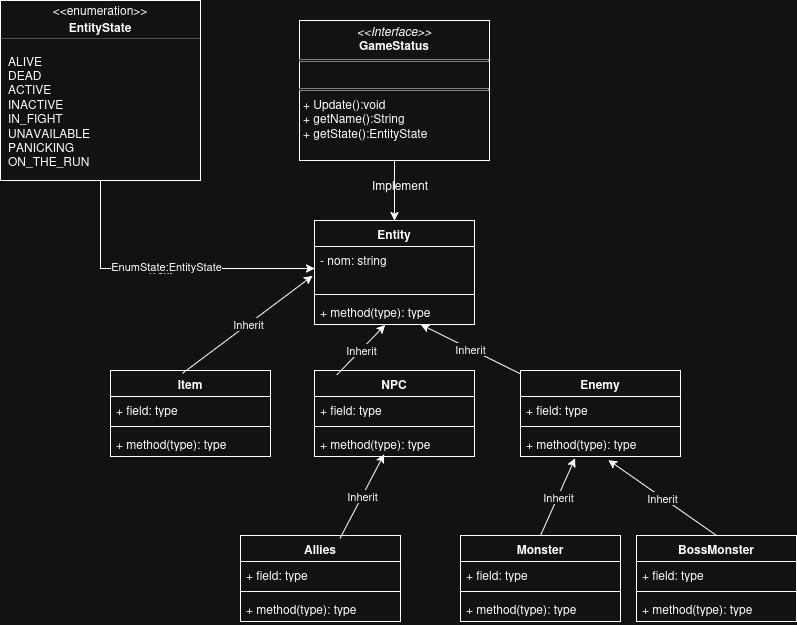
Before: UML game .drawio.png, a diagram exported from draw.io (llibanm/Game_V0). Source tidied: cells renumbered, new cells last; positions are measured from the earlier drawing's top-left corner, leaving out a move shared by most shapes.
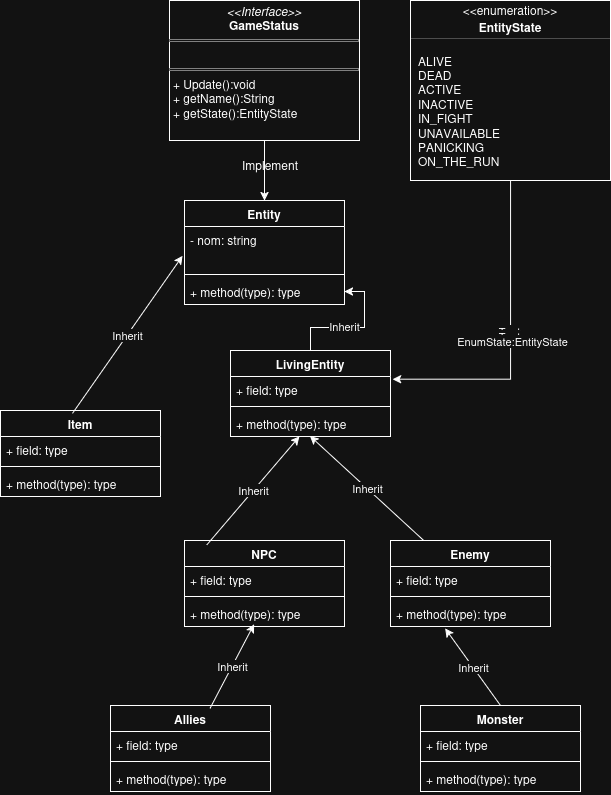
Above is the later version.

Commit message:
added second uml draft version

What changed in the source:
```diff
@@ -15,7 +15,7 @@
       <mxGeometry y="78" width="160" height="26" as="geometry" />
     </mxCell>
     <mxCell id="6" value="Item" style="swimlane;fontStyle=1;align=center;verticalAlign=top;horizontal=1;startSize=26;whiteSpace=wrap;html=1;" parent="1" vertex="1">
-      <mxGeometry x="110" y="370" width="160" height="86" as="geometry" />
+      <mxGeometry x="130" y="430" width="160" height="86" as="geometry" />
     </mxCell>
     <mxCell id="7" value="+ field: type" style="text;strokeColor=none;fillColor=none;align=left;verticalAlign=top;spacingLeft=4;spacingRight=4;overflow=hidden;whiteSpace=wrap;html=1;" parent="6" vertex="1">
       <mxGeometry y="26" width="160" height="26" as="geometry" />
@@ -27,7 +27,7 @@
       <mxGeometry y="60" width="160" height="26" as="geometry" />
     </mxCell>
     <mxCell id="10" value="NPC" style="swimlane;fontStyle=1;align=center;verticalAlign=top;horizontal=1;startSize=26;whiteSpace=wrap;html=1;" parent="1" vertex="1">
-      <mxGeometry x="314" y="370" width="160" height="86" as="geometry" />
+      <mxGeometry x="314" y="560" width="160" height="86" as="geometry" />
     </mxCell>
     <mxCell id="11" value="+ field: type" style="text;strokeColor=none;fillColor=none;align=left;verticalAlign=top;spacingLeft=4;spacingRight=4;overflow=hidden;whiteSpace=wrap;html=1;" parent="10" vertex="1">
       <mxGeometry y="26" width="160" height="26" as="geometry" />
@@ -44,14 +44,14 @@
     <mxCell id="15" value="Inherit" style="edgeLabel;html=1;align=center;verticalAlign=middle;" parent="14" vertex="1">
       <mxGeometry relative="1" as="geometry" />
     </mxCell>
-    <mxCell id="16" style="endArrow=classic;html=1;rounded=0;exitX=0.139;exitY=0.052;exitDx=0;exitDy=0;exitPerimeter=0;entryX=0.441;entryY=1.019;entryDx=0;entryDy=0;entryPerimeter=0;" parent="1" edge="1" source="10" target="5">
+    <mxCell id="16" style="endArrow=classic;html=1;rounded=0;exitX=0.139;exitY=0.052;exitDx=0;exitDy=0;exitPerimeter=0;" parent="1" edge="1" source="10" target="33">
       <mxGeometry relative="1" as="geometry" />
     </mxCell>
     <mxCell id="17" value="Inherit" style="edgeLabel;html=1;align=center;verticalAlign=middle;" parent="16" vertex="1">
       <mxGeometry relative="1" as="geometry" />
     </mxCell>
     <mxCell id="18" value="Enemy" style="swimlane;fontStyle=1;align=center;verticalAlign=top;horizontal=1;startSize=26;whiteSpace=wrap;html=1;" parent="1" vertex="1">
-      <mxGeometry x="520" y="370" width="160" height="86" as="geometry" />
+      <mxGeometry x="520" y="560" width="160" height="86" as="geometry" />
     </mxCell>
     <mxCell id="19" value="+ field: type" style="text;strokeColor=none;fillColor=none;align=left;verticalAlign=top;spacingLeft=4;spacingRight=4;overflow=hidden;whiteSpace=wrap;html=1;" parent="18" vertex="1">
       <mxGeometry y="26" width="160" height="26" as="geometry" />
@@ -62,14 +62,14 @@
     <mxCell id="21" value="+ method(type): type" style="text;strokeColor=none;fillColor=none;align=left;verticalAlign=top;spacingLeft=4;spacingRight=4;overflow=hidden;points=[[0,0.5],[1,0.5]];portConstraint=eastwest;whiteSpace=wrap;html=1;" parent="18" vertex="1">
       <mxGeometry y="60" width="160" height="26" as="geometry" />
     </mxCell>
-    <mxCell id="22" style="endArrow=classic;html=1;rounded=0;" parent="1" edge="1" source="18" target="5">
+    <mxCell id="22" style="endArrow=classic;html=1;rounded=0;entryX=0.497;entryY=0.981;entryDx=0;entryDy=0;entryPerimeter=0;" parent="1" edge="1" source="18" target="33">
       <mxGeometry relative="1" as="geometry" />
     </mxCell>
     <mxCell id="23" value="Inherit" style="edgeLabel;html=1;align=center;verticalAlign=middle;" parent="22" vertex="1">
       <mxGeometry relative="1" as="geometry" />
     </mxCell>
     <mxCell id="24" value="Monster" style="swimlane;fontStyle=1;align=center;verticalAlign=top;horizontal=1;startSize=26;whiteSpace=wrap;html=1;" parent="1" vertex="1">
-      <mxGeometry x="460" y="535" width="160" height="86" as="geometry" />
+      <mxGeometry x="550" y="725" width="160" height="86" as="geometry" />
     </mxCell>
     <mxCell id="25" value="+ field: type" style="text;strokeColor=none;fillColor=none;align=left;verticalAlign=top;spacingLeft=4;spacingRight=4;overflow=hidden;whiteSpace=wrap;html=1;" parent="24" vertex="1">
       <mxGeometry y="26" width="160" height="26" as="geometry" />
@@ -86,26 +86,8 @@
     <mxCell id="29" value="Inherit" style="edgeLabel;html=1;align=center;verticalAlign=middle;" parent="28" vertex="1">
       <mxGeometry relative="1" as="geometry" />
     </mxCell>
-    <mxCell id="30" value="BossMonster" style="swimlane;fontStyle=1;align=center;verticalAlign=top;horizontal=1;startSize=26;whiteSpace=wrap;html=1;" parent="1" vertex="1">
-      <mxGeometry x="636" y="535" width="160" height="86" as="geometry" />
-    </mxCell>
-    <mxCell id="31" value="+ field: type" style="text;strokeColor=none;fillColor=none;align=left;verticalAlign=top;spacingLeft=4;spacingRight=4;overflow=hidden;points=[[0,0.5],[1,0.5]];portConstraint=eastwest;whiteSpace=wrap;html=1;" parent="30" vertex="1">
-      <mxGeometry y="26" width="160" height="26" as="geometry" />
-    </mxCell>
-    <mxCell id="32" style="line;strokeWidth=1;fillColor=none;align=left;verticalAlign=middle;spacingTop=-1;spacingLeft=3;spacingRight=3;labelPosition=right;strokeColor=inherit;" parent="30" vertex="1">
-      <mxGeometry y="52" width="160" height="8" as="geometry" />
-    </mxCell>
-    <mxCell id="33" value="+ method(type): type" style="text;strokeColor=none;fillColor=none;align=left;verticalAlign=top;spacingLeft=4;spacingRight=4;overflow=hidden;points=[[0,0.5],[1,0.5]];portConstraint=eastwest;whiteSpace=wrap;html=1;" parent="30" vertex="1">
-      <mxGeometry y="60" width="160" height="26" as="geometry" />
-    </mxCell>
-    <mxCell id="34" style="endArrow=classic;html=1;rounded=0;exitX=0.5;exitY=0;exitDx=0;exitDy=0;entryX=0.549;entryY=1.135;entryDx=0;entryDy=0;entryPerimeter=0;" parent="1" edge="1" source="30" target="21">
-      <mxGeometry relative="1" as="geometry" />
-    </mxCell>
-    <mxCell id="35" value="Inherit" style="edgeLabel;html=1;align=center;verticalAlign=middle;" parent="34" vertex="1">
-      <mxGeometry relative="1" as="geometry" />
-    </mxCell>
     <mxCell id="36" value="Allies" style="swimlane;fontStyle=1;align=center;verticalAlign=top;horizontal=1;startSize=26;whiteSpace=wrap;html=1;" parent="1" vertex="1">
-      <mxGeometry x="240" y="535" width="160" height="86" as="geometry" />
+      <mxGeometry x="240" y="725" width="160" height="86" as="geometry" />
     </mxCell>
     <mxCell id="37" value="+ field: type" style="text;strokeColor=none;fillColor=none;align=left;verticalAlign=top;spacingLeft=4;spacingRight=4;overflow=hidden;whiteSpace=wrap;html=1;" parent="36" vertex="1">
       <mxGeometry y="26" width="160" height="26" as="geometry" />
@@ -129,7 +111,7 @@
       <mxGeometry x="299" y="20" width="190" height="140" as="geometry" />
     </mxCell>
     <mxCell id="44" style="fontStyle=1;align=center;verticalAlign=middle;horizontal=1;" parent="1" vertex="1">
-      <mxGeometry width="200" height="180" as="geometry" />
+      <mxGeometry x="540" y="20" width="200" height="180" as="geometry" />
     </mxCell>
     <mxCell id="45" value="&amp;lt;&amp;lt;enumeration&amp;gt;&amp;gt;" style="html=1;align=center;spacing=0;verticalAlign=middle;strokeColor=none;fillColor=none;whiteSpace=wrap;" parent="44" vertex="1">
       <mxGeometry width="200" height="20" as="geometry" />
@@ -146,7 +128,7 @@
     <mxCell id="49" value="Implement" style="text;html=1;whiteSpace=wrap;strokeColor=none;fillColor=none;align=center;verticalAlign=middle;rounded=0;" parent="1" vertex="1">
       <mxGeometry x="370" y="170" width="60" height="30" as="geometry" />
     </mxCell>
-    <mxCell id="50" style="edgeStyle=orthogonalEdgeStyle;rounded=0;jettySize=auto;html=1;" parent="1" edge="1" source="48" target="3">
+    <mxCell id="50" style="edgeStyle=orthogonalEdgeStyle;rounded=0;jettySize=auto;html=1;entryX=1.013;entryY=0.103;entryDx=0;entryDy=0;entryPerimeter=0;" parent="1" edge="1" source="48" target="31">
       <mxGeometry relative="1" as="geometry" />
     </mxCell>
     <mxCell id="51" value="Text" style="edgeLabel;html=1;align=center;verticalAlign=middle;" parent="50" vertex="1">
@@ -158,5 +140,23 @@
     <mxCell id="53" value="EnumState:EntityState" style="edgeLabel;html=1;align=center;verticalAlign=middle;" parent="50" vertex="1">
       <mxGeometry x="0.01" y="2" relative="1" as="geometry" />
     </mxCell>
+    <mxCell id="54" style="edgeStyle=orthogonalEdgeStyle;rounded=0;jettySize=auto;html=1;" parent="1" edge="1" source="55" target="5">
+      <mxGeometry relative="1" as="geometry" />
+    </mxCell>
+    <mxCell id="35" value="Inherit" style="edgeLabel;html=1;align=center;verticalAlign=middle;" parent="54" vertex="1">
+      <mxGeometry x="-0.15" y="1" relative="1" as="geometry" />
+    </mxCell>
+    <mxCell id="55" value="LivingEntity" style="swimlane;fontStyle=1;align=center;verticalAlign=top;horizontal=1;startSize=26;whiteSpace=wrap;html=1;" parent="1" vertex="1">
+      <mxGeometry x="360" y="370" width="160" height="86" as="geometry" />
+    </mxCell>
+    <mxCell id="31" value="+ field: type" style="text;strokeColor=none;fillColor=none;align=left;verticalAlign=top;spacingLeft=4;spacingRight=4;overflow=hidden;points=[[0,0.5],[1,0.5]];portConstraint=eastwest;whiteSpace=wrap;html=1;" parent="55" vertex="1">
+      <mxGeometry y="26" width="160" height="26" as="geometry" />
+    </mxCell>
+    <mxCell id="32" style="line;strokeWidth=1;fillColor=none;align=left;verticalAlign=middle;spacingTop=-1;spacingLeft=3;spacingRight=3;labelPosition=right;strokeColor=inherit;" parent="55" vertex="1">
+      <mxGeometry y="52" width="160" height="8" as="geometry" />
+    </mxCell>
+    <mxCell id="33" value="+ method(type): type" style="text;strokeColor=none;fillColor=none;align=left;verticalAlign=top;spacingLeft=4;spacingRight=4;overflow=hidden;points=[[0,0.5],[1,0.5]];portConstraint=eastwest;whiteSpace=wrap;html=1;" parent="55" vertex="1">
+      <mxGeometry y="60" width="160" height="26" as="geometry" />
+    </mxCell>
   </root>
 </mxGraphModel>
```
